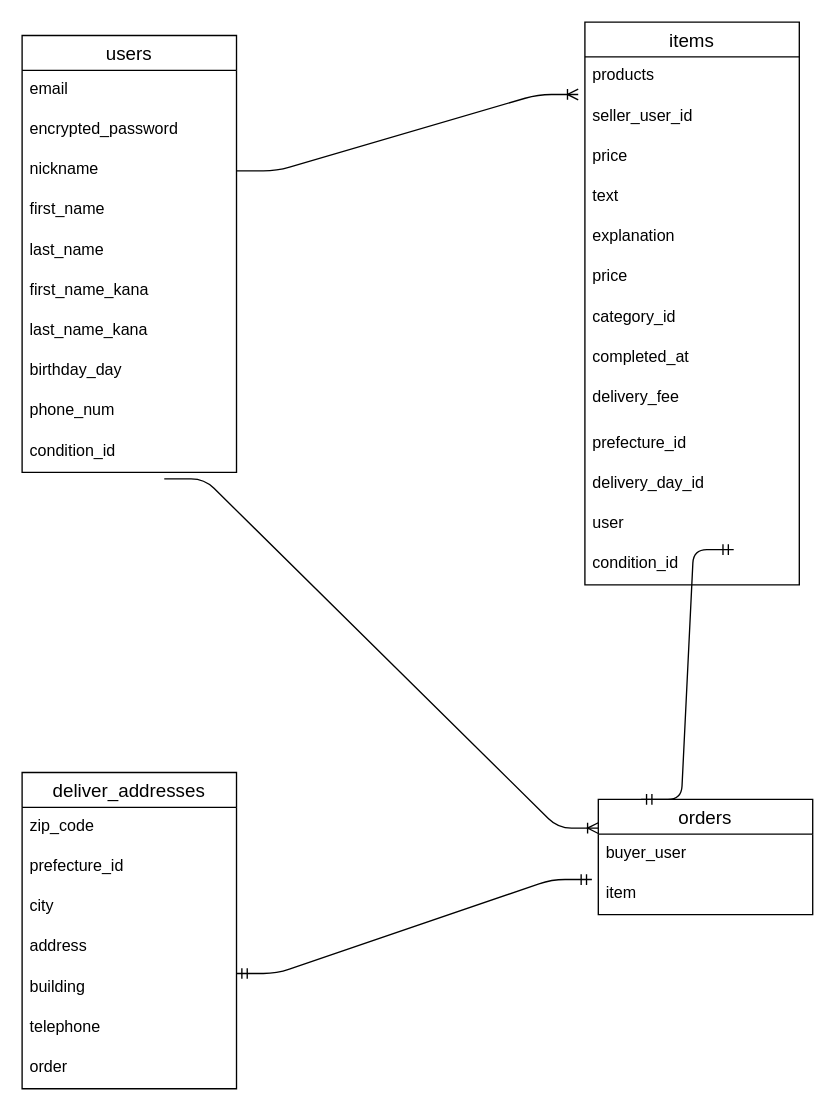
820sayama/furima-37106 keeps this draw.io diagram as test.dio. Above is the earlier version. Source tidied: cells renumbered, new cells numbered last; positions are measured from the earlier drawing's top-left corner, leaving out a move shared by most shapes. Both pictures are drawn from the tidied source at 134%, with x=0, y=0 at pixel (21, 21).
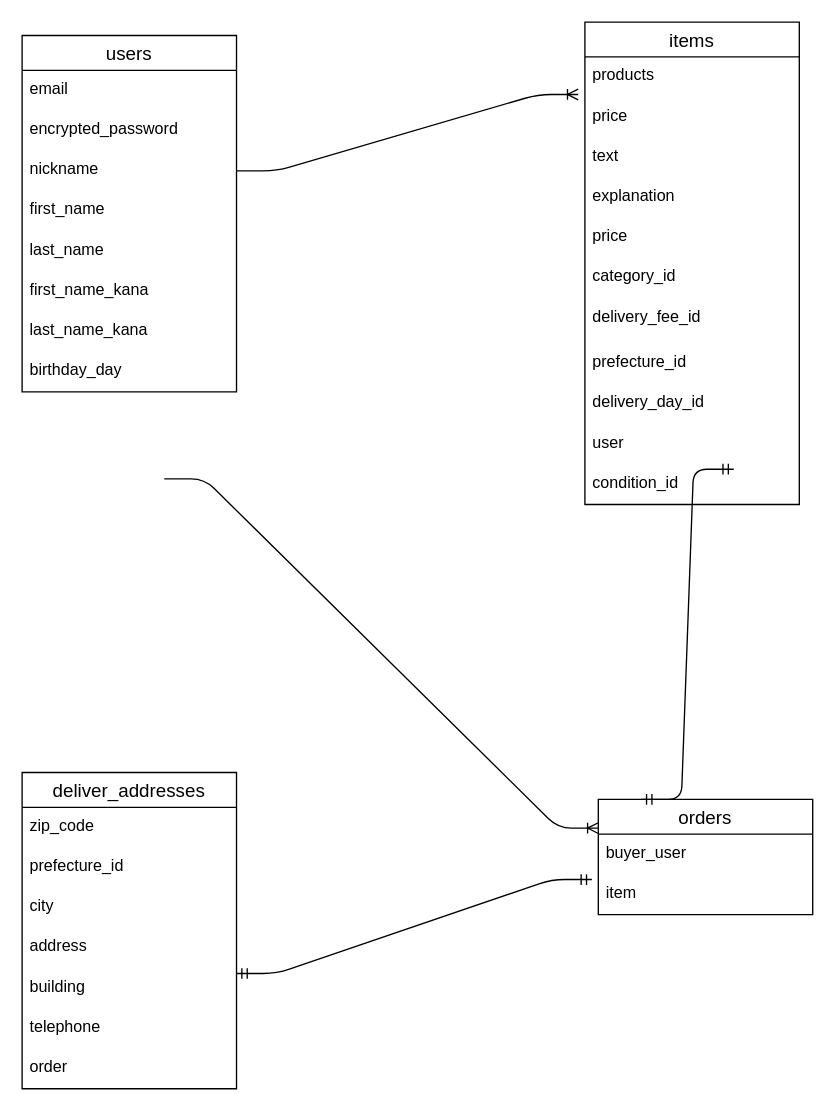
The same page after the edit.

The change refers to these unchanged cells:
```xml
<mxCell id="27" value="orders" style="swimlane;fontStyle=0;horizontal=1;startSize=26;align=center;fontSize=14;" parent="1" vertex="1">
  <mxGeometry x="430" y="580" width="160" height="86" as="geometry" />
</mxCell>
```

The edit, as a diff of the source:
```diff
@@
     <mxCell id="2" value="users" style="swimlane;fontStyle=0;horizontal=1;startSize=26;align=center;fontSize=14;" parent="1" vertex="1">
-      <mxGeometry y="10" width="160" height="326" as="geometry" />
+      <mxGeometry y="10" width="160" height="266" as="geometry" />
     </mxCell>
@@
-    <mxCell id="11" value="phone_num" style="text;strokeColor=none;fillColor=none;spacingLeft=4;spacingRight=4;overflow=hidden;fontSize=12;" parent="2" vertex="1">
-      <mxGeometry y="266" width="160" height="30" as="geometry" />
-    </mxCell>
-    <mxCell id="12" value="condition_id " style="text;strokeColor=none;fillColor=none;spacingLeft=4;spacingRight=4;overflow=hidden;points=[[0,0.5],[1,0.5]];portConstraint=eastwest;fontSize=12;" parent="2" vertex="1">
-      <mxGeometry y="296" width="160" height="30" as="geometry" />
-    </mxCell>
     <mxCell id="13" value="items" style="swimlane;fontStyle=0;horizontal=1;startSize=26;align=center;fontSize=14;" parent="1" vertex="1">
-      <mxGeometry x="420" width="160" height="420" as="geometry" />
+      <mxGeometry x="420" width="160" height="360" as="geometry" />
     </mxCell>
@@
-    <mxCell id="15" value="seller_user_id" style="text;strokeColor=none;fillColor=none;spacingLeft=4;spacingRight=4;overflow=hidden;fontSize=12;" parent="13" vertex="1">
-      <mxGeometry y="56" width="160" height="30" as="geometry" />
-    </mxCell>
     <mxCell id="16" value="price" style="text;strokeColor=none;fillColor=none;spacingLeft=4;spacingRight=4;overflow=hidden;fontSize=12;" parent="13" vertex="1">
-      <mxGeometry y="86" width="160" height="30" as="geometry" />
+      <mxGeometry y="56" width="160" height="30" as="geometry" />
     </mxCell>
     <mxCell id="17" value="text" style="text;strokeColor=none;fillColor=none;spacingLeft=4;spacingRight=4;overflow=hidden;fontSize=12;" parent="13" vertex="1">
-      <mxGeometry y="116" width="160" height="30" as="geometry" />
+      <mxGeometry y="86" width="160" height="30" as="geometry" />
     </mxCell>
     <mxCell id="18" value="explanation " style="text;strokeColor=none;fillColor=none;spacingLeft=4;spacingRight=4;overflow=hidden;fontSize=12;" parent="13" vertex="1">
-      <mxGeometry y="146" width="160" height="30" as="geometry" />
+      <mxGeometry y="116" width="160" height="30" as="geometry" />
     </mxCell>
     <mxCell id="19" value="price" style="text;strokeColor=none;fillColor=none;spacingLeft=4;spacingRight=4;overflow=hidden;fontSize=12;" parent="13" vertex="1">
-      <mxGeometry y="176" width="160" height="30" as="geometry" />
+      <mxGeometry y="146" width="160" height="30" as="geometry" />
     </mxCell>
     <mxCell id="20" value="category_id   " style="text;strokeColor=none;fillColor=none;spacingLeft=4;spacingRight=4;overflow=hidden;fontSize=12;" parent="13" vertex="1">
-      <mxGeometry y="206" width="160" height="30" as="geometry" />
+      <mxGeometry y="176" width="160" height="30" as="geometry" />
     </mxCell>
-    <mxCell id="21" value="completed_at" style="text;strokeColor=none;fillColor=none;spacingLeft=4;spacingRight=4;overflow=hidden;fontSize=12;" parent="13" vertex="1">
-      <mxGeometry y="236" width="160" height="30" as="geometry" />
-    </mxCell>
-    <mxCell id="22" value="delivery_fee  " style="text;strokeColor=none;fillColor=none;spacingLeft=4;spacingRight=4;overflow=hidden;fontSize=12;" parent="13" vertex="1">
-      <mxGeometry y="266" width="160" height="34" as="geometry" />
+    <mxCell id="22" value="delivery_fee_id " style="text;strokeColor=none;fillColor=none;spacingLeft=4;spacingRight=4;overflow=hidden;fontSize=12;" parent="13" vertex="1">
+      <mxGeometry y="206" width="160" height="34" as="geometry" />
     </mxCell>
     <mxCell id="23" value=" prefecture_id" style="text;strokeColor=none;fillColor=none;spacingLeft=4;spacingRight=4;overflow=hidden;fontSize=12;" parent="13" vertex="1">
-      <mxGeometry y="300" width="160" height="30" as="geometry" />
+      <mxGeometry y="240" width="160" height="30" as="geometry" />
     </mxCell>
     <mxCell id="24" value="delivery_day_id " style="text;strokeColor=none;fillColor=none;spacingLeft=4;spacingRight=4;overflow=hidden;fontSize=12;" parent="13" vertex="1">
-      <mxGeometry y="330" width="160" height="30" as="geometry" />
+      <mxGeometry y="270" width="160" height="30" as="geometry" />
     </mxCell>
     <mxCell id="25" value="user " style="text;strokeColor=none;fillColor=none;spacingLeft=4;spacingRight=4;overflow=hidden;points=[[0,0.5],[1,0.5]];portConstraint=eastwest;fontSize=12;" parent="13" vertex="1">
-      <mxGeometry y="360" width="160" height="30" as="geometry" />
+      <mxGeometry y="300" width="160" height="30" as="geometry" />
     </mxCell>
     <mxCell id="26" value=" condition_id " style="text;strokeColor=none;fillColor=none;spacingLeft=4;spacingRight=4;overflow=hidden;fontSize=12;" parent="13" vertex="1">
-      <mxGeometry y="390" width="160" height="30" as="geometry" />
+      <mxGeometry y="330" width="160" height="30" as="geometry" />
     </mxCell>
@@
-    <mxCell id="41" style="edgeStyle=entityRelationEdgeStyle;fontSize=12;html=1;endArrow=ERoneToMany;entryX=0;entryY=0.25;entryDx=0;entryDy=0;exitX=0.663;exitY=1.162;exitDx=0;exitDy=0;exitPerimeter=0;" parent="1" edge="1" source="12" target="27">
-      <mxGeometry relative="1" as="geometry" />
+    <mxCell id="41" style="edgeStyle=entityRelationEdgeStyle;fontSize=12;html=1;endArrow=ERoneToMany;entryX=0;entryY=0.25;entryDx=0;entryDy=0;exitX=0.663;exitY=1.162;exitDx=0;exitDy=0;exitPerimeter=0;" parent="1" edge="1" target="27">
+      <mxGeometry relative="1" as="geometry">
+        <mxPoint x="106.1" y="340.9" as="sourcePoint" />
+      </mxGeometry>
     </mxCell>
```
